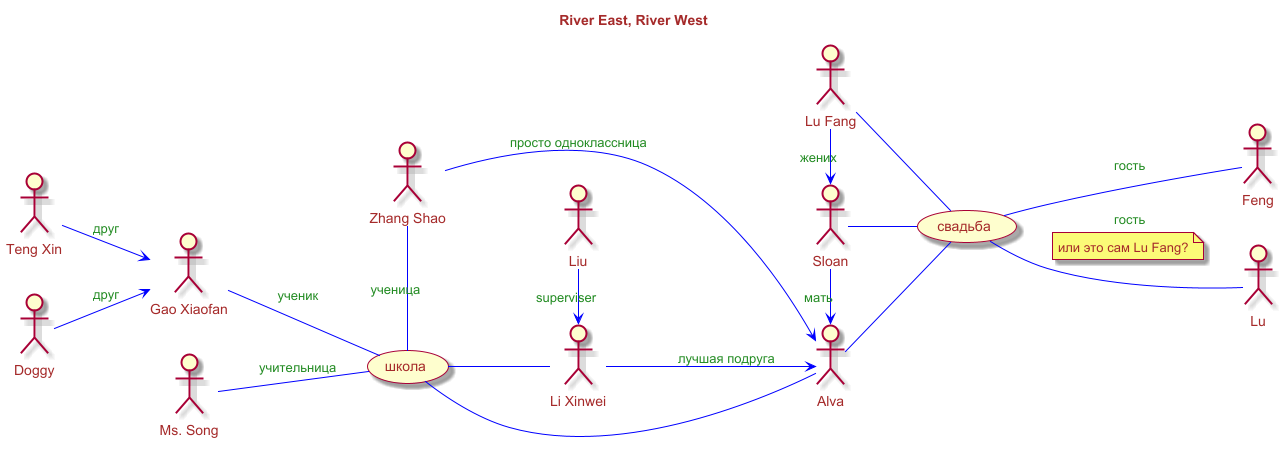
This is river-River_East__River_West.png from olek3/reading, a PlantUML export, as it was before one commit.
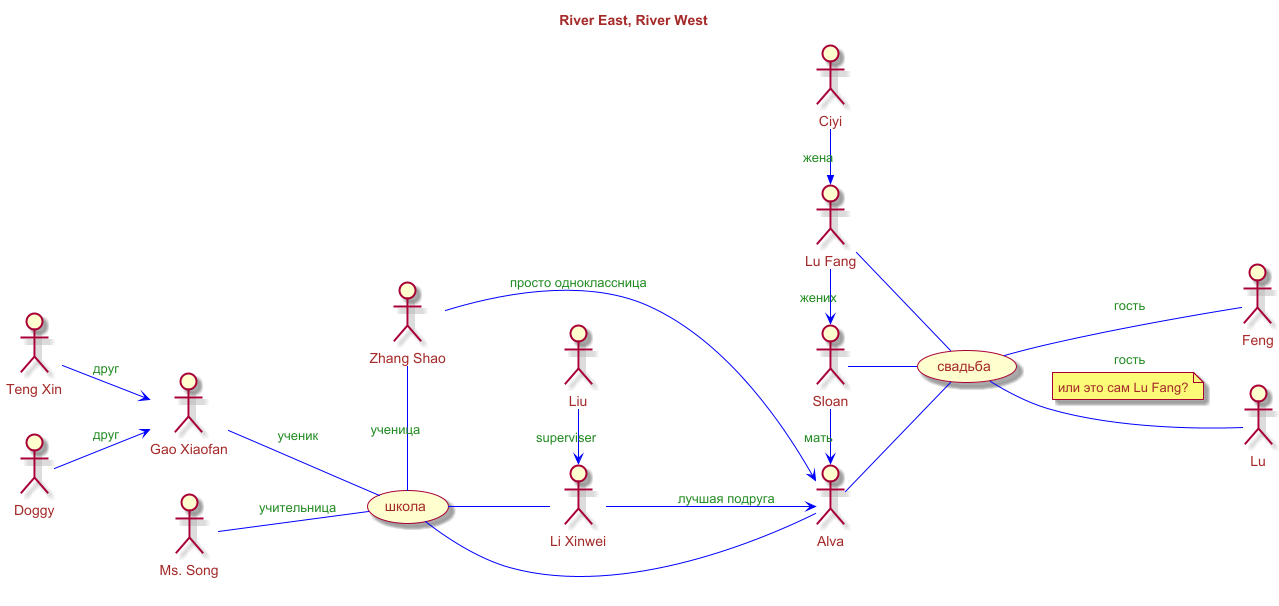
The same diagram one commit later.

Commit message:
+жена Лю Фаня

What changed in the source:
```diff
@@ -64,4 +64,9 @@
 Doggy --> Gao : друг
 
 
+:Ciyi: as Ciyi
+
+Ciyi ->> Fang : жена
+
+
 @enduml
```
